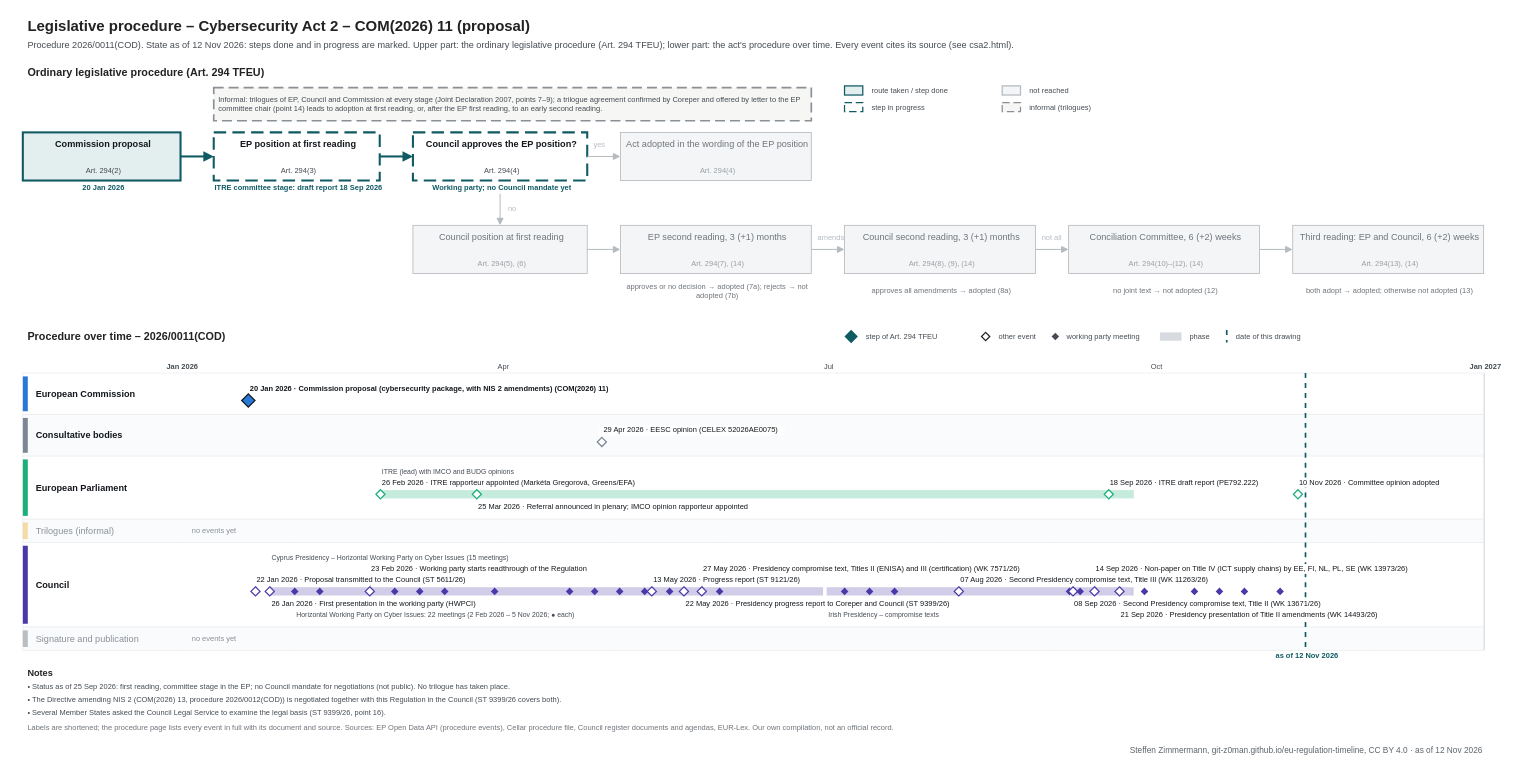
git-z0man/eu-regulation-timeline keeps this draw.io diagram as procedures/csa2.drawio. Above is the earlier version. Source tidied: cells renumbered, new cells numbered last; positions are measured from the earlier drawing's top-left corner, leaving out a move shared by most shapes. Both pictures are drawn from the tidied source at 83%, with x=0, y=0 at pixel (14, 14).
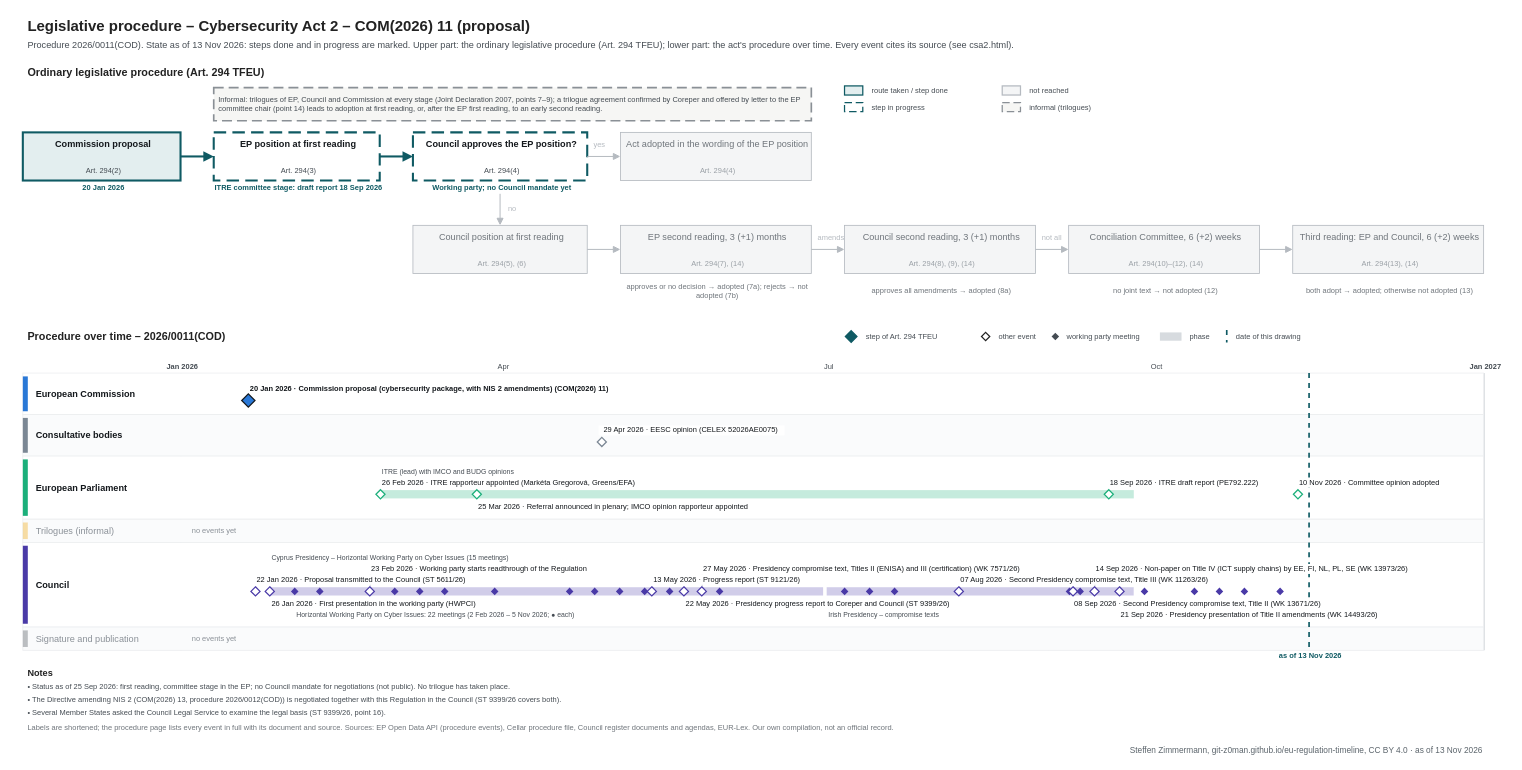
After the change.

Diff of the diagram source:
```diff
@@
-    <mxCell id="3" value="Procedure 2026/0011(COD). State as of 12 Nov 2026: steps done and in progress are marked. Upper part: the ordinary legislative procedure (Art. 294 TFEU); lower part: the act's procedure over time. Every event cites its source (see csa2.html)." style="text;html=1;fontSize=11;fontColor=#454c53;align=left;verticalAlign=middle;spacingLeft=4;" parent="1" vertex="1">
+    <mxCell id="3" value="Procedure 2026/0011(COD). State as of 13 Nov 2026: steps done and in progress are marked. Upper part: the ordinary legislative procedure (Art. 294 TFEU); lower part: the act's procedure over time. Every event cites its source (see csa2.html)." style="text;html=1;fontSize=11;fontColor=#454c53;align=left;verticalAlign=middle;spacingLeft=4;" parent="1" vertex="1">
       <mxGeometry x="10" y="28" width="1700" height="18" as="geometry" />
     </mxCell>
@@
     <mxCell id="110" style="line;html=1;strokeWidth=2;strokeColor=#0f5a63;direction=south;dashed=1;" parent="1" vertex="1">
-      <mxGeometry x="1554.9" y="432" width="1" height="334" as="geometry" />
+      <mxGeometry x="1559.2" y="432" width="1" height="334" as="geometry" />
     </mxCell>
-    <mxCell id="111" value="as of 12 Nov 2026" style="text;html=1;fontSize=9;fontColor=#0f5a63;align=center;verticalAlign=middle;spacingLeft=4;fontStyle=1;" parent="1" vertex="1">
-      <mxGeometry x="1494.9" y="767" width="120" height="12" as="geometry" />
+    <mxCell id="111" value="as of 13 Nov 2026" style="text;html=1;fontSize=9;fontColor=#0f5a63;align=center;verticalAlign=middle;spacingLeft=4;fontStyle=1;" parent="1" vertex="1">
+      <mxGeometry x="1499.2" y="767" width="120" height="12" as="geometry" />
     </mxCell>
@@
-    <mxCell id="182" value="Steffen Zimmermann, git-z0man.github.io/eu-regulation-timeline, CC BY 4.0 · as of 12 Nov 2026" style="text;html=1;fontSize=10;fontColor=#5b646b;align=right;verticalAlign=middle;spacingLeft=4;" parent="1" vertex="1">
+    <mxCell id="182" value="Steffen Zimmermann, git-z0man.github.io/eu-regulation-timeline, CC BY 4.0 · as of 13 Nov 2026" style="text;html=1;fontSize=10;fontColor=#5b646b;align=right;verticalAlign=middle;spacingLeft=4;" parent="1" vertex="1">
       <mxGeometry x="10" y="878" width="1760" height="16" as="geometry" />
     </mxCell>
```
